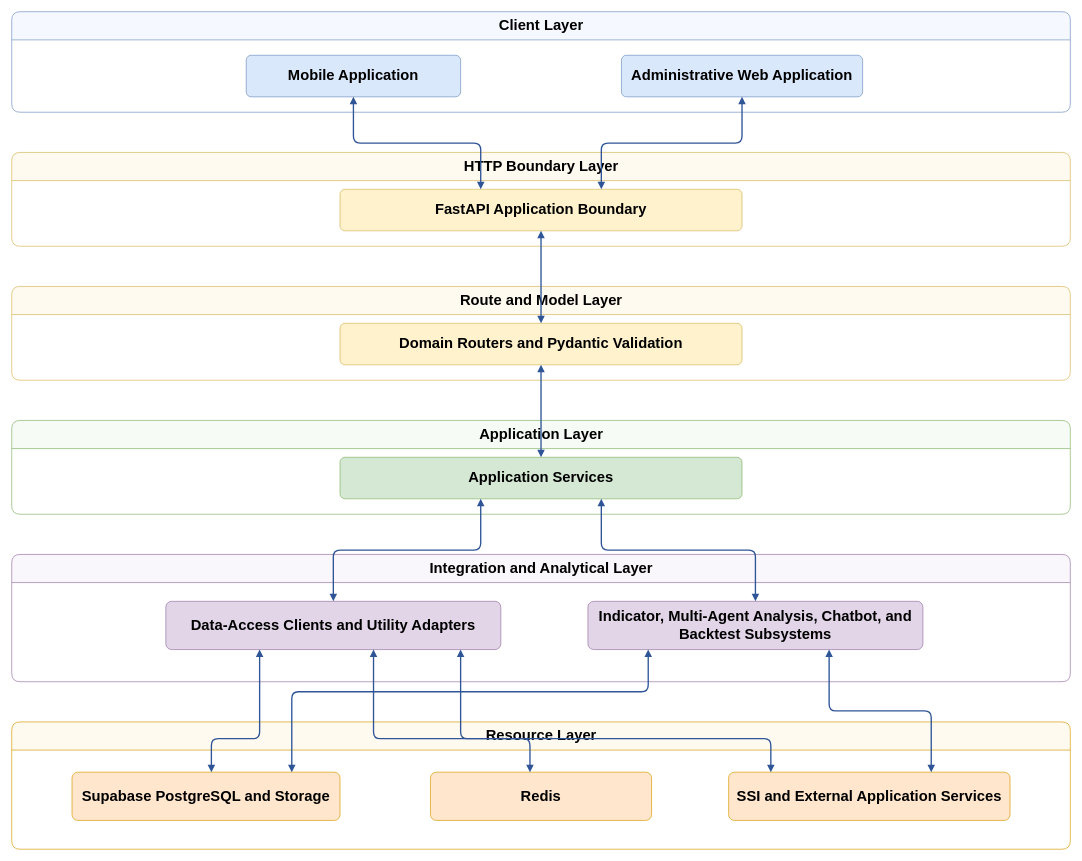
lqhuy04/Thesis-22125031-22125035 keeps this draw.io diagram as report/diagrams/chapter4/stockrium_backend_layered_design.drawio. Above is the earlier version. Source tidied: cells renumbered, new cells numbered last; positions are measured from the earlier drawing's top-left corner, leaving out a move shared by most shapes. Both pictures are drawn from the tidied source at 67%, with x=0, y=0 at pixel (11, 11).
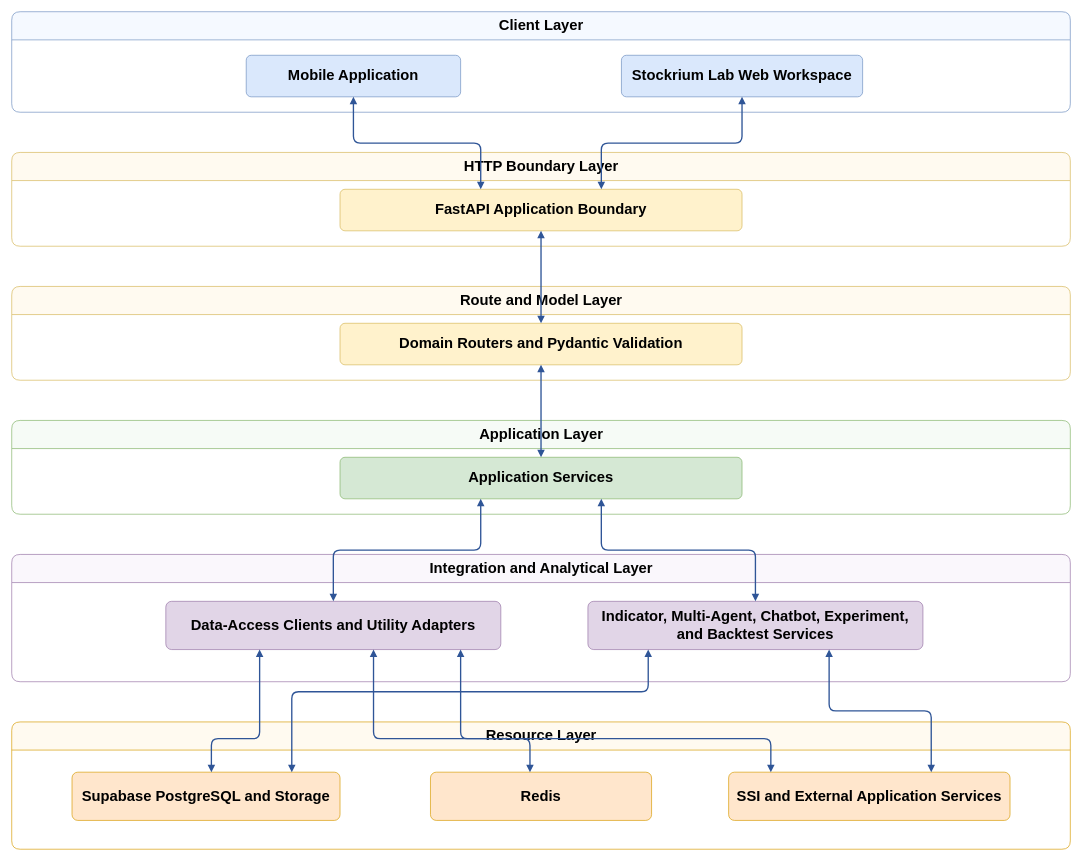
Above is the later version.

Unchanged cells that the change refers to:
```xml
<mxCell id="10" value="FastAPI Application Boundary" style="rounded=1;whiteSpace=wrap;html=1;fillColor=#fff2cc;strokeColor=#d6b656;fontSize=22;spacing=10;fontStyle=1;arcSize=12;" parent="1" vertex="1">
  <mxGeometry x="490" y="265" width="600" height="62" as="geometry" />
</mxCell>
```

The edit, as a diff of the source:
```diff
@@
-    <mxCell id="9" value="Administrative Web Application" style="rounded=1;whiteSpace=wrap;html=1;fillColor=#dae8fc;strokeColor=#6c8ebf;fontSize=22;spacing=10;fontStyle=1;arcSize=12;" parent="1" vertex="1">
-      <mxGeometry x="910" y="65" width="360" height="62" as="geometry" />
-    </mxCell>
+    <mxCell id="29" value="Stockrium Lab Web Workspace" style="rounded=1;whiteSpace=wrap;html=1;fillColor=#dae8fc;strokeColor=#6c8ebf;fontSize=22;spacing=10;fontStyle=1;arcSize=12;" parent="1" vertex="1">
+      <mxGeometry x="910" y="65" width="360" height="62" as="geometry" />
+    </mxCell>
@@
-    <mxCell id="14" value="Indicator, Multi-Agent Analysis, Chatbot, and Backtest Subsystems" style="rounded=1;whiteSpace=wrap;html=1;fillColor=#e1d5e7;strokeColor=#9673a6;fontSize=22;spacing=10;fontStyle=1;arcSize=12;" parent="1" vertex="1">
+    <mxCell id="14" value="Indicator, Multi-Agent, Chatbot, Experiment, and Backtest Services" style="rounded=1;whiteSpace=wrap;html=1;fillColor=#e1d5e7;strokeColor=#9673a6;fontSize=22;spacing=10;fontStyle=1;arcSize=12;" parent="1" vertex="1">
       <mxGeometry x="860" y="880" width="500" height="72" as="geometry" />
     </mxCell>
@@
-    <mxCell id="19" style="edgeStyle=orthogonalEdgeStyle;rounded=1;jettySize=auto;html=1;startArrow=block;startFill=1;endArrow=block;endFill=1;strokeColor=#2f5597;strokeWidth=2;exitX=0.5;exitY=1;entryX=0.65;entryY=0;fontSize=22;" parent="1" edge="1" source="9" target="10">
+    <mxCell id="19" style="edgeStyle=orthogonalEdgeStyle;rounded=1;jettySize=auto;html=1;startArrow=block;startFill=1;endArrow=block;endFill=1;strokeColor=#2f5597;strokeWidth=2;exitX=0.5;exitY=1;entryX=0.65;entryY=0;fontSize=22;" parent="1" edge="1" source="29" target="10">
       <mxGeometry relative="1" as="geometry" />
     </mxCell>
```
